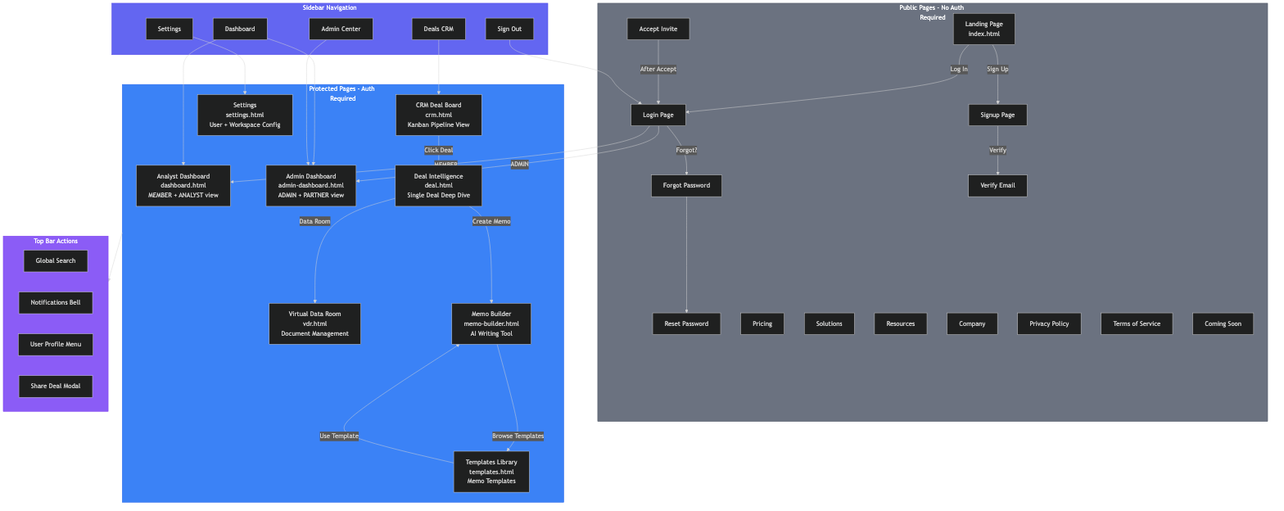
Above: docs/diagrams/10-navigation-page-flow.png in ganeshjagtap7/pe-dealstack (Mermaid), before the change. Its source is kept beside it as docs/diagrams/10-navigation-page-flow.mmd.
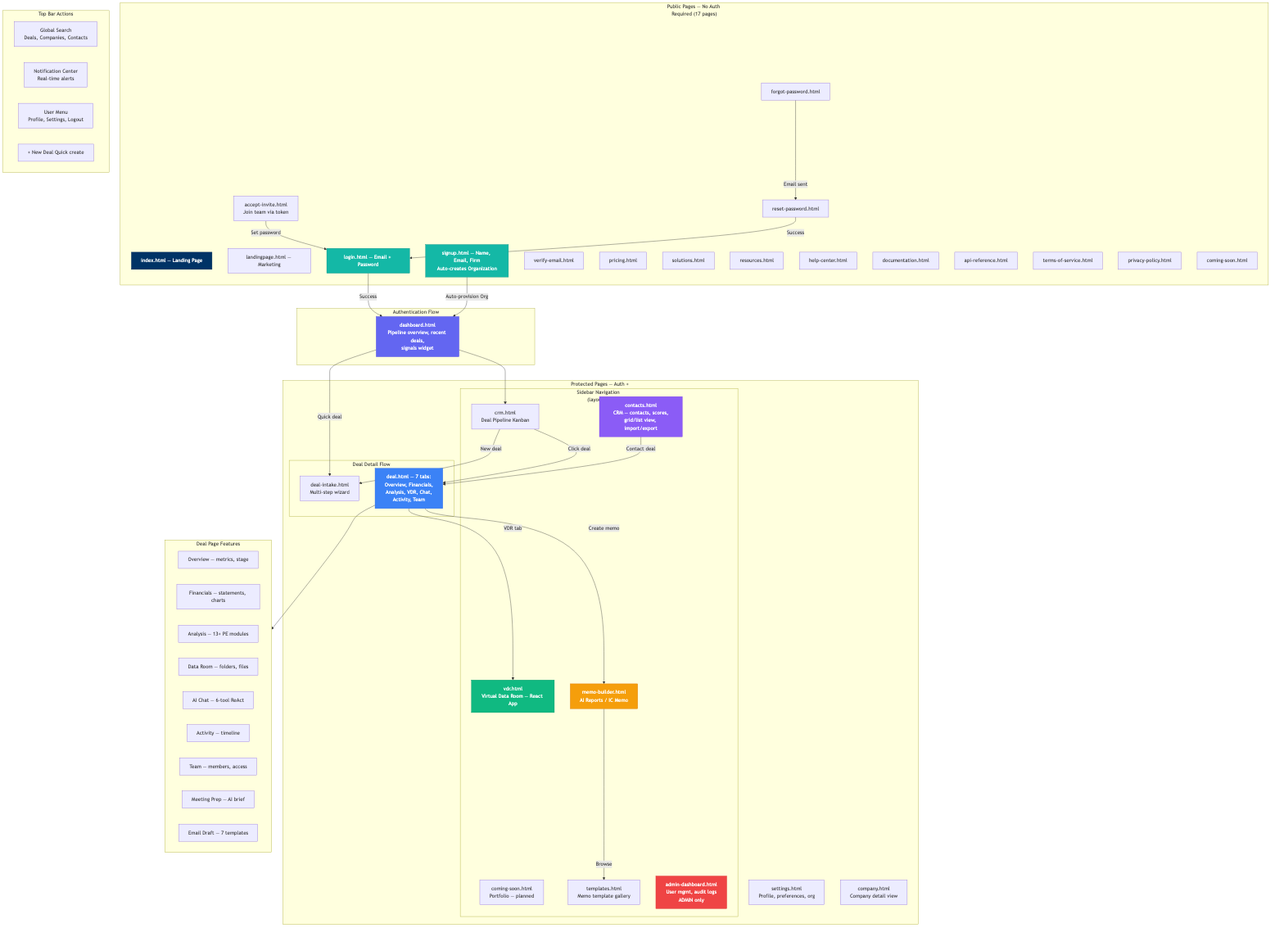
Above is the later version.

What changed in the source:
```diff
@@ -1,94 +1,119 @@
 flowchart TD
-    subgraph Public["Public Pages - No Auth Required"]
-        direction LR
-        Home["Landing Page
-        index.html"]
-        LoginP["Login Page"]
-        SignUpP["Signup Page"]
-        ForgotP["Forgot Password"]
-        ResetP["Reset Password"]
-        VerifyP["Verify Email"]
-        AcceptP["Accept Invite"]
-        PricingP["Pricing"]
-        SolutionsP["Solutions"]
-        ResourcesP["Resources"]
-        CompanyP["Company"]
-        PrivacyP["Privacy Policy"]
-        TermsP["Terms of Service"]
-        ComingSoonP["Coming Soon"]
+    subgraph Public["Public Pages — No Auth Required (17 pages)"]
+        direction TB
+        Landing["index.html — Landing Page"]
+        LandingAlt["landingpage.html — Marketing"]
+        Login["login.html — Email + Password"]
+        Signup["signup.html — Name, Email, Firm
+        Auto-creates Organization"]
+        ForgotPW["forgot-password.html"]
+        ResetPW["reset-password.html"]
+        VerifyEmail["verify-email.html"]
+        AcceptInvite["accept-invite.html
+        Join team via token"]
+        Pricing["pricing.html"]
+        Solutions["solutions.html"]
+        Resources["resources.html"]
+        HelpCenter["help-center.html"]
+        Docs["documentation.html"]
+        APIRef["api-reference.html"]
+        ToS["terms-of-service.html"]
+        Privacy["privacy-policy.html"]
+        ComingSoon["coming-soon.html"]
     end
 
-    subgraph Protected["Protected Pages - Auth Required"]
-        direction TB
-        AnalystDash["Analyst Dashboard
-        dashboard.html
-        MEMBER + ANALYST view"]
-        AdminDash["Admin Dashboard
-        admin-dashboard.html
-        ADMIN + PARTNER view"]
-        CRMPage["CRM Deal Board
-        crm.html
-        Kanban Pipeline View"]
-        DealDetail["Deal Intelligence
-        deal.html
-        Single Deal Deep Dive"]
-        VDRPage["Virtual Data Room
-        vdr.html
-        Document Management"]
-        MemoPage["Memo Builder
-        memo-builder.html
-        AI Writing Tool"]
-        TemplatePage["Templates Library
-        templates.html
-        Memo Templates"]
-        SettingsPage["Settings
-        settings.html
-        User + Workspace Config"]
+    subgraph AuthFlow["Authentication Flow"]
+        direction LR
+        Login -->|Success| Dashboard
+        Signup -->|Auto-provision Org| Dashboard
+        AcceptInvite -->|Set password| Login
+        ForgotPW -->|Email sent| ResetPW
+        ResetPW -->|Success| Login
     end
 
-    Home -->|Sign Up| SignUpP
-    Home -->|Log In| LoginP
-    SignUpP -->|Verify| VerifyP
-    LoginP -->|Forgot?| ForgotP
-    ForgotP --> ResetP
-    AcceptP -->|After Accept| LoginP
+    subgraph Protected["Protected Pages — Auth + Org Required (12 pages)"]
+        direction TB
+        subgraph Sidebar["Sidebar Navigation (layout.js)"]
+            direction TB
+            Dashboard["dashboard.html
+            Pipeline overview, recent deals,
+            signals widget"]
+            CRMPage["crm.html
+            Deal Pipeline Kanban"]
+            VDRPage["vdr.html
+            Virtual Data Room — React App"]
+            ContactsPage["contacts.html
+            CRM — contacts, scores,
+            grid/list view, import/export"]
+            Portfolio["coming-soon.html
+            Portfolio — planned"]
+            TemplatesPage["templates.html
+            Memo template gallery"]
+            MemoPage["memo-builder.html
+            AI Reports / IC Memo"]
+            AdminPage["admin-dashboard.html
+            User mgmt, audit logs
+            ADMIN only"]
+        end
 
-    LoginP -->|ADMIN| AdminDash
-    LoginP -->|MEMBER| AnalystDash
+        subgraph DealFlow["Deal Detail Flow"]
+            direction TB
+            DealIntake["deal-intake.html
+            Multi-step wizard"]
+            DealPage["deal.html — 7 tabs:
+            Overview, Financials,
+            Analysis, VDR, Chat,
+            Activity, Team"]
+        end
 
-    subgraph Sidebar["Sidebar Navigation"]
-        direction TB
-        NavDash["Dashboard"]
-        NavCRM["Deals CRM"]
-        NavAdmin["Admin Center"]
-        NavSettings["Settings"]
-        NavLogout["Sign Out"]
+        SettingsPage["settings.html
+        Profile, preferences, org"]
+        CompanyPage["company.html
+        Company detail view"]
     end
-
-    NavDash --> AnalystDash
-    NavDash --> AdminDash
-    NavCRM --> CRMPage
-    NavAdmin --> AdminDash
-    NavSettings --> SettingsPage
-    NavLogout --> LoginP
-
-    CRMPage -->|Click Deal| DealDetail
-    DealDetail -->|Data Room| VDRPage
-    DealDetail -->|Create Memo| MemoPage
-    MemoPage -->|Browse Templates| TemplatePage
-    TemplatePage -->|Use Template| MemoPage
 
     subgraph TopBar["Top Bar Actions"]
         direction LR
-        Search["Global Search"]
-        Notif["Notifications Bell"]
-        Profile["User Profile Menu"]
-        Share["Share Deal Modal"]
+        GlobalSearch["Global Search
+        Deals, Companies, Contacts"]
+        NotifCenter["Notification Center
+        Real-time alerts"]
+        UserMenu["User Menu
+        Profile, Settings, Logout"]
+        QuickAdd["+ New Deal
+        Quick create"]
     end
 
-    Protected --> TopBar
+    Dashboard --> CRMPage
+    CRMPage -->|Click deal| DealPage
+    CRMPage -->|New deal| DealIntake
+    DealPage -->|VDR tab| VDRPage
+    Dashboard -->|Quick deal| DealIntake
+    ContactsPage -->|Contact deal| DealPage
+    DealPage -->|Create memo| MemoPage
+    MemoPage -->|Browse| TemplatesPage
 
-    style Public fill:#6b7280,color:#fff,stroke:#4b5563
-    style Protected fill:#3b82f6,color:#fff,stroke:#2563eb
-    style Sidebar fill:#6366f1,color:#fff,stroke:#4f46e5
-    style TopBar fill:#8b5cf6,color:#fff,stroke:#7c3aed
+    subgraph DealPageActions["Deal Page Features"]
+        direction LR
+        Overview["Overview — metrics, stage"]
+        FinTab["Financials — statements, charts"]
+        AnalysisTab["Analysis — 13+ PE modules"]
+        VDRTab["Data Room — folders, files"]
+        ChatTab["AI Chat — 6-tool ReAct"]
+        ActivityTab["Activity — timeline"]
+        TeamTab["Team — members, access"]
+        MeetingPrep["Meeting Prep — AI brief"]
+        EmailDraft["Email Draft — 7 templates"]
+    end
+
+    DealPage --> DealPageActions
+
+    style Landing fill:#003366,color:#fff,stroke:#002855
+    style Dashboard fill:#6366f1,color:#fff,stroke:#4f46e5
+    style DealPage fill:#3b82f6,color:#fff,stroke:#2563eb
+    style VDRPage fill:#10b981,color:#fff,stroke:#059669
+    style AdminPage fill:#ef4444,color:#fff,stroke:#dc2626
+    style ContactsPage fill:#8b5cf6,color:#fff,stroke:#7c3aed
+    style MemoPage fill:#f59e0b,color:#fff,stroke:#d97706
+    style Login fill:#14b8a6,color:#fff,stroke:#0d9488
+    style Signup fill:#14b8a6,color:#fff,stroke:#0d9488
```
